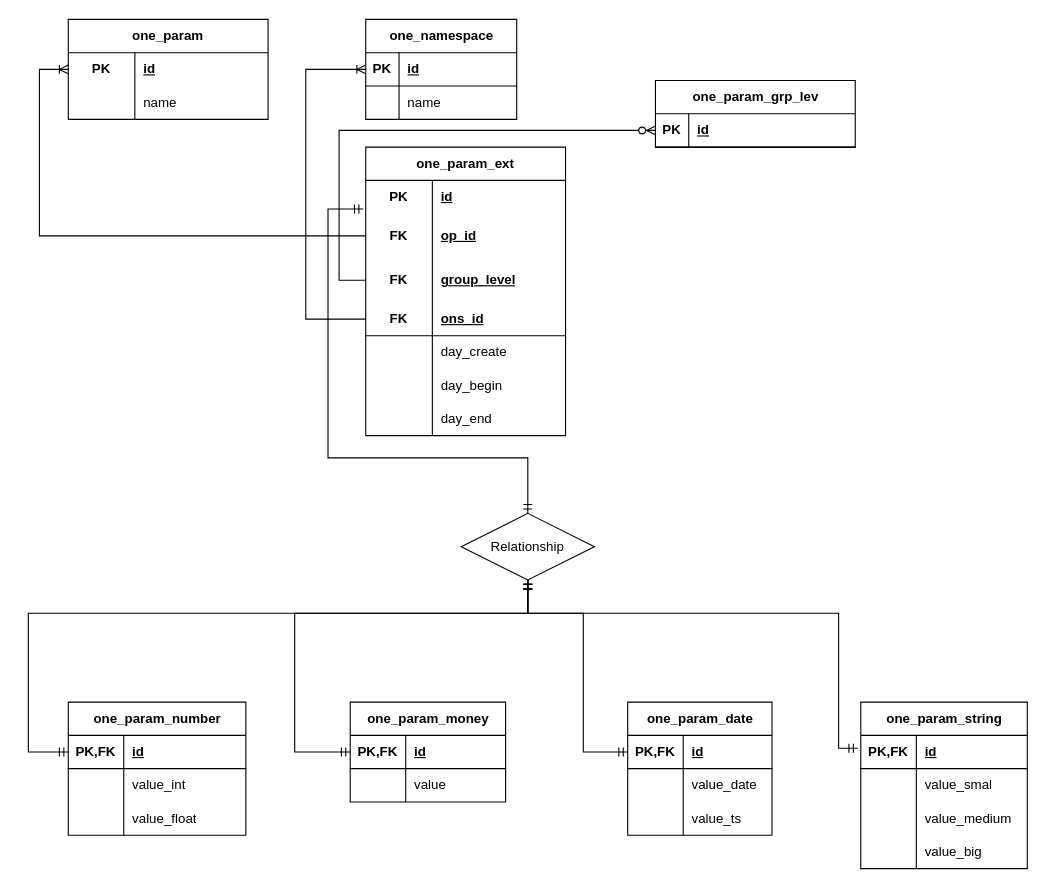
The draw.io diagram pgone/shema_data_params.drawio in olegisabekov/postgresql, before the edit. Source tidied: cells renumbered, new cells numbered last; positions are measured from the earlier drawing's top-left corner, leaving out a move shared by most shapes. Both pictures are drawn from the tidied source at 111%, with x=0, y=0 at pixel (28, 19).
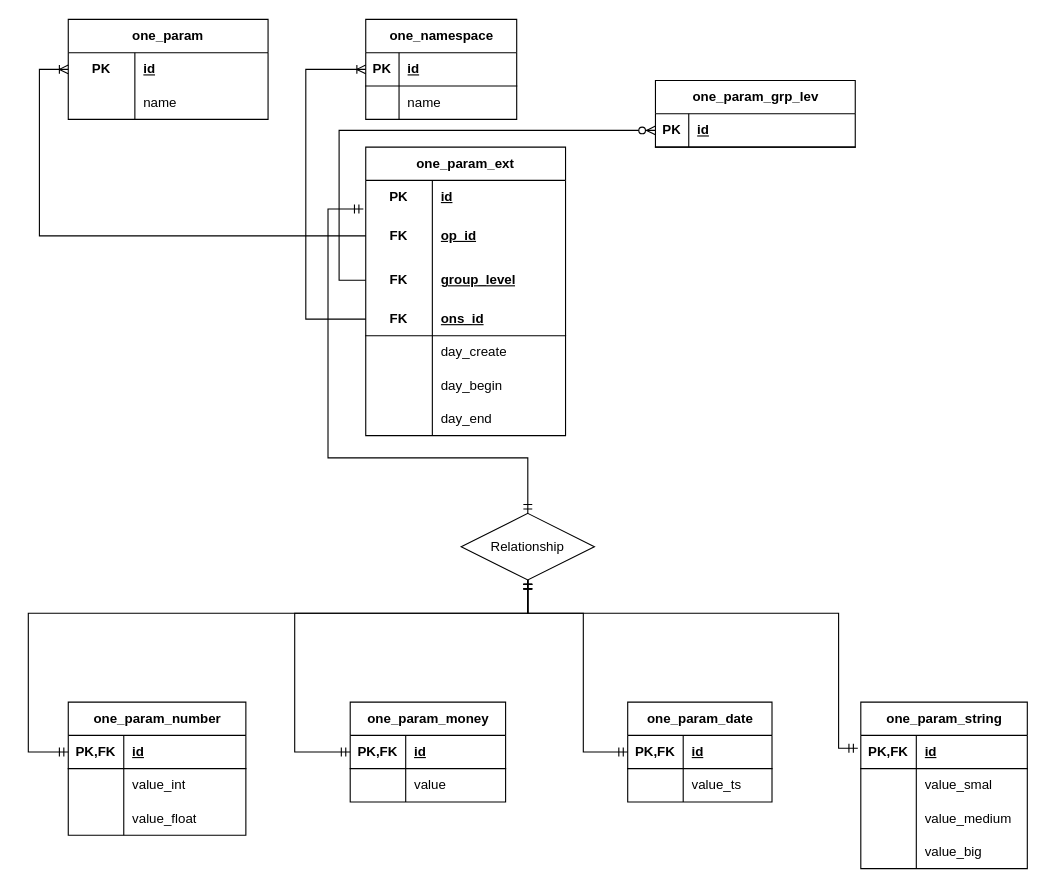
The same diagram, later.

Diff of the diagram source:
```diff
@@
     <mxCell id="52" value="one_param_date" style="shape=table;startSize=30;childLayout=tableLayout;rowLines=0;fontStyle=1;align=center;html=1;" parent="1" vertex="1">
-      <mxGeometry x="540" y="615" width="130" height="120" as="geometry" />
+      <mxGeometry x="540" y="615" width="130" height="90" as="geometry" />
     </mxCell>
@@
-    <mxCell id="56" style="shape=tableRow;horizontal=0;startSize=0;swimlaneHead=0;swimlaneBody=0;fillColor=none;top=0;left=0;right=0;bottom=0;" parent="52" vertex="1">
-      <mxGeometry y="60" width="130" height="30" as="geometry" />
-    </mxCell>
-    <mxCell id="57" style="shape=partialRectangle;fillColor=none;top=0;left=0;bottom=0;right=0;overflow=hidden;whiteSpace=wrap;html=1;" parent="56" vertex="1">
-      <mxGeometry width="50" height="30" as="geometry" />
-    </mxCell>
-    <mxCell id="58" value="value_date" style="shape=partialRectangle;fillColor=none;top=0;left=0;bottom=0;right=0;align=left;spacingLeft=6;overflow=hidden;whiteSpace=wrap;html=1;" parent="56" vertex="1">
-      <mxGeometry x="50" width="80" height="30" as="geometry" />
-    </mxCell>
     <mxCell id="59" style="shape=tableRow;horizontal=0;startSize=0;swimlaneHead=0;swimlaneBody=0;fillColor=none;top=0;left=0;right=0;bottom=0;" parent="52" vertex="1">
-      <mxGeometry y="90" width="130" height="30" as="geometry" />
+      <mxGeometry y="60" width="130" height="30" as="geometry" />
     </mxCell>
```
